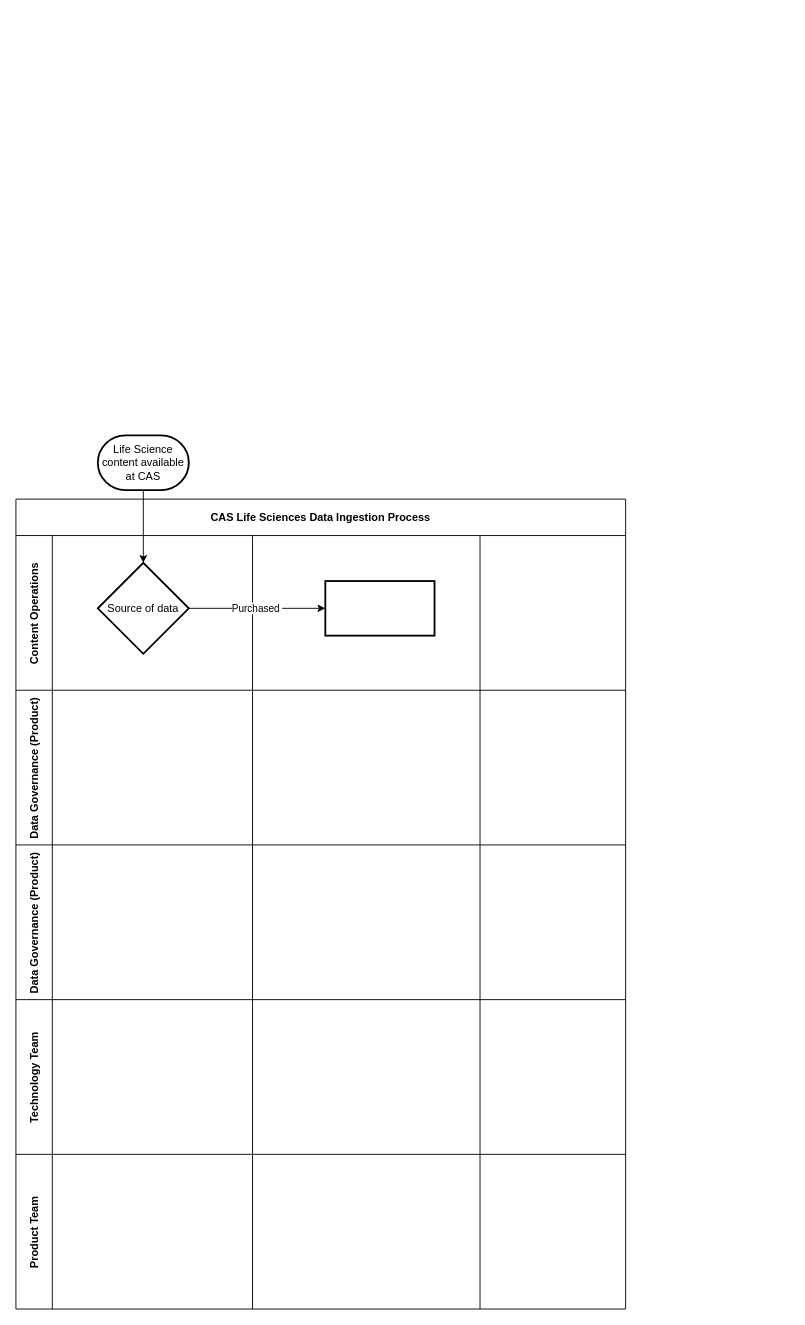
Above: Untitled Diagram.drawio in nilesh-tawari/smartpv_dist (draw.io), before the change. Source tidied: cells renumbered, new cells numbered last; positions are measured from the earlier drawing's top-left corner, leaving out a move shared by most shapes. Both pictures are drawn from the tidied source at 91%, with x=0, y=0 at pixel (15, 435).
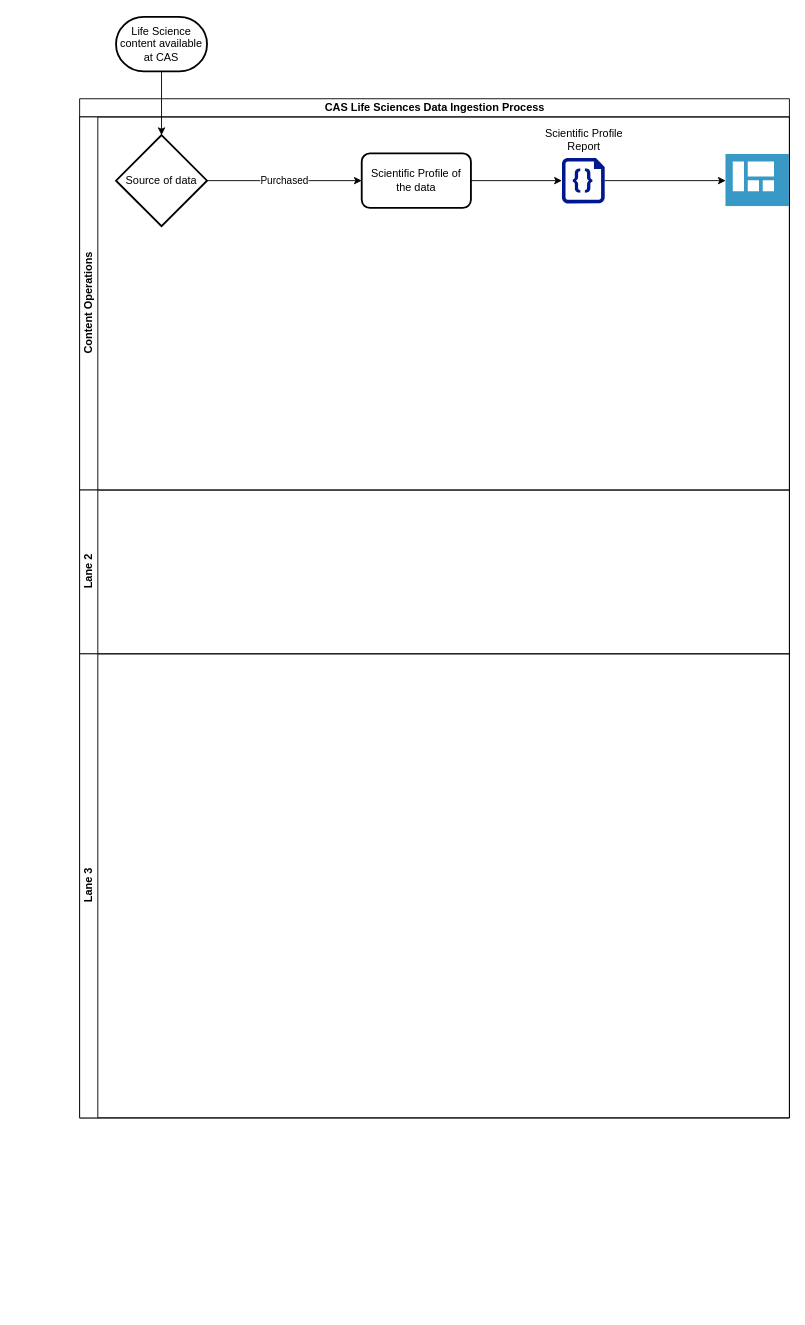
The same page after the edit.

Change to the diagram source:
```diff
@@
-    <mxCell id="2" value="CAS Life Sciences Data Ingestion Process" style="shape=table;childLayout=tableLayout;startSize=40;fillColor=none;fontStyle=1;" parent="1" vertex="1">
-      <mxGeometry y="70" width="670" height="890" as="geometry" />
+    <mxCell id="2" value="CAS Life Sciences Data Ingestion Process" style="swimlane;horizontal=1;startSize=20;html=1;" parent="1" vertex="1">
+      <mxGeometry x="70" y="-370" width="780" height="1120" as="geometry" />
     </mxCell>
-    <mxCell id="3" value="Content Operations" style="shape=tableRow;horizontal=0;swimlaneHead=0;swimlaneBody=0;top=0;left=0;bottom=0;right=0;fillColor=none;startSize=40;fontStyle=1;swimlaneLine=1;" parent="2" vertex="1">
-      <mxGeometry y="40" width="670" height="170" as="geometry" />
+    <mxCell id="3" value="Content Operations" style="swimlane;startSize=20;horizontal=0;html=1;" parent="2" vertex="1">
+      <mxGeometry y="20" width="780" height="410" as="geometry" />
     </mxCell>
-    <mxCell id="4" style="swimlane;swimlaneHead=0;swimlaneBody=0;fillColor=none;startSize=0;fontStyle=1;" parent="3" vertex="1">
-      <mxGeometry x="40" width="220" height="170" as="geometry" />
-    </mxCell>
-    <mxCell id="5" style="swimlane;swimlaneHead=0;swimlaneBody=0;fillColor=none;startSize=0;fontStyle=1;strokeColor=default;swimlaneLine=0;" parent="3" vertex="1">
-      <mxGeometry x="260" width="250" height="170" as="geometry" />
-    </mxCell>
-    <mxCell id="6" style="whiteSpace=wrap;html=1;strokeWidth=2;" parent="5" vertex="1">
-      <mxGeometry x="80" y="50" width="120" height="60" as="geometry" />
-    </mxCell>
-    <mxCell id="7" style="swimlane;swimlaneHead=0;swimlaneBody=0;fillColor=none;startSize=0;fontStyle=1;" parent="3" vertex="1">
-      <mxGeometry x="510" width="160" height="170" as="geometry" />
-    </mxCell>
-    <mxCell id="8" value="Data Governance (Product)" style="shape=tableRow;horizontal=0;swimlaneHead=0;swimlaneBody=0;top=0;left=0;bottom=0;right=0;fillColor=none;startSize=40;fontStyle=1;" parent="2" vertex="1">
-      <mxGeometry y="210" width="670" height="170" as="geometry" />
-    </mxCell>
-    <mxCell id="9" style="swimlane;swimlaneHead=0;swimlaneBody=0;fillColor=none;startSize=0;fontStyle=1;" parent="8" vertex="1">
-      <mxGeometry x="40" width="220" height="170" as="geometry" />
-    </mxCell>
-    <mxCell id="10" style="swimlane;swimlaneHead=0;swimlaneBody=0;fillColor=none;startSize=0;fontStyle=1;swimlaneLine=0;" parent="8" vertex="1">
-      <mxGeometry x="260" width="250" height="170" as="geometry" />
-    </mxCell>
-    <mxCell id="11" style="swimlane;swimlaneHead=0;swimlaneBody=0;fillColor=none;startSize=0;fontStyle=1;" parent="8" vertex="1">
-      <mxGeometry x="510" width="160" height="170" as="geometry" />
-    </mxCell>
-    <mxCell id="12" value="Data Governance (Product)" style="shape=tableRow;horizontal=0;swimlaneHead=0;swimlaneBody=0;top=0;left=0;bottom=0;right=0;fillColor=none;startSize=40;fontStyle=1;" parent="2" vertex="1">
-      <mxGeometry y="380" width="670" height="170" as="geometry" />
-    </mxCell>
-    <mxCell id="13" style="swimlane;swimlaneHead=0;swimlaneBody=0;fillColor=none;startSize=0;fontStyle=1;" parent="12" vertex="1">
-      <mxGeometry x="40" width="220" height="170" as="geometry" />
-    </mxCell>
-    <mxCell id="14" style="swimlane;swimlaneHead=0;swimlaneBody=0;fillColor=none;startSize=0;fontStyle=1;swimlaneLine=0;" parent="12" vertex="1">
-      <mxGeometry x="260" width="250" height="170" as="geometry" />
-    </mxCell>
-    <mxCell id="15" style="swimlane;swimlaneHead=0;swimlaneBody=0;fillColor=none;startSize=0;fontStyle=1;" parent="12" vertex="1">
-      <mxGeometry x="510" width="160" height="170" as="geometry" />
-    </mxCell>
-    <mxCell id="16" value="Technology Team" style="shape=tableRow;horizontal=0;swimlaneHead=0;swimlaneBody=0;top=0;left=0;bottom=0;right=0;fillColor=none;startSize=40;fontStyle=1;" parent="2" vertex="1">
-      <mxGeometry y="550" width="670" height="170" as="geometry" />
-    </mxCell>
-    <mxCell id="17" style="swimlane;swimlaneHead=0;swimlaneBody=0;fillColor=none;startSize=0;fontStyle=1;" parent="16" vertex="1">
-      <mxGeometry x="40" width="220" height="170" as="geometry" />
-    </mxCell>
-    <mxCell id="18" style="swimlane;swimlaneHead=0;swimlaneBody=0;fillColor=none;startSize=0;fontStyle=1;swimlaneLine=0;" parent="16" vertex="1">
-      <mxGeometry x="260" width="250" height="170" as="geometry" />
-    </mxCell>
-    <mxCell id="19" style="swimlane;swimlaneHead=0;swimlaneBody=0;fillColor=none;startSize=0;fontStyle=1;" parent="16" vertex="1">
-      <mxGeometry x="510" width="160" height="170" as="geometry" />
-    </mxCell>
-    <mxCell id="20" value="Product Team" style="shape=tableRow;horizontal=0;swimlaneHead=0;swimlaneBody=0;top=0;left=0;bottom=0;right=0;fillColor=none;startSize=40;fontStyle=1;" parent="2" vertex="1">
-      <mxGeometry y="720" width="670" height="170" as="geometry" />
-    </mxCell>
-    <mxCell id="21" style="swimlane;swimlaneHead=0;swimlaneBody=0;fillColor=none;startSize=0;fontStyle=1;" parent="20" vertex="1">
-      <mxGeometry x="40" width="220" height="170" as="geometry" />
-    </mxCell>
-    <mxCell id="22" style="swimlane;swimlaneHead=0;swimlaneBody=0;fillColor=none;startSize=0;fontStyle=1;swimlaneLine=0;" parent="20" vertex="1">
-      <mxGeometry x="260" width="250" height="170" as="geometry" />
-    </mxCell>
-    <mxCell id="23" style="swimlane;swimlaneHead=0;swimlaneBody=0;fillColor=none;startSize=0;fontStyle=1;" parent="20" vertex="1">
-      <mxGeometry x="510" width="160" height="170" as="geometry" />
-    </mxCell>
-    <mxCell id="24" style="edgeStyle=orthogonalEdgeStyle;rounded=0;jettySize=auto;html=1;exitX=0.5;exitY=1;exitDx=0;exitDy=0;exitPerimeter=0;" parent="1" edge="1" source="25" target="27">
-      <mxGeometry relative="1" as="geometry" />
-    </mxCell>
-    <mxCell id="25" value="&lt;font style=&quot;font-size: 12px;&quot;&gt;Life Science content available at CAS&lt;/font&gt;" style="strokeWidth=2;html=1;shape=mxgraph.flowchart.terminator;whiteSpace=wrap;" parent="1" vertex="1">
-      <mxGeometry x="90" width="100" height="60" as="geometry" />
-    </mxCell>
-    <mxCell id="26" value="Purchased&amp;nbsp;" style="edgeStyle=orthogonalEdgeStyle;rounded=0;jettySize=auto;html=1;" parent="1" edge="1" source="27" target="6">
+    <mxCell id="26" value="Purchased" style="edgeStyle=orthogonalEdgeStyle;rounded=0;jettySize=auto;html=1;" parent="3" edge="1" source="27" target="29">
       <mxGeometry relative="1" as="geometry" />
     </mxCell>
-    <mxCell id="27" value="Source of data" style="strokeWidth=2;html=1;shape=mxgraph.flowchart.decision;whiteSpace=wrap;" parent="1" vertex="1">
-      <mxGeometry x="90" y="140" width="100" height="100" as="geometry" />
+    <mxCell id="27" value="Source of data" style="strokeWidth=2;html=1;shape=mxgraph.flowchart.decision;whiteSpace=wrap;" parent="3" vertex="1">
+      <mxGeometry x="40" y="20" width="100" height="100" as="geometry" />
     </mxCell>
+    <mxCell id="28" style="edgeStyle=orthogonalEdgeStyle;rounded=0;jettySize=auto;html=1;" parent="3" edge="1" source="29" target="31">
+      <mxGeometry relative="1" as="geometry" />
+    </mxCell>
+    <mxCell id="29" value="Scientific Profile of the data" style="rounded=1;whiteSpace=wrap;html=1;strokeWidth=2;" parent="3" vertex="1">
+      <mxGeometry x="310" y="40" width="120" height="60" as="geometry" />
+    </mxCell>
+    <mxCell id="30" style="edgeStyle=orthogonalEdgeStyle;rounded=0;jettySize=auto;html=1;" parent="3" edge="1" source="31" target="33">
+      <mxGeometry relative="1" as="geometry" />
+    </mxCell>
+    <mxCell id="31" style="sketch=0;shadow=0;dashed=0;html=1;strokeColor=none;labelPosition=center;verticalLabelPosition=bottom;verticalAlign=top;align=center;fillColor=#00188D;shape=mxgraph.azure.code_file;" parent="3" vertex="1">
+      <mxGeometry x="530" y="45" width="47" height="50" as="geometry" />
+    </mxCell>
+    <mxCell id="32" value="Scientific Profile&lt;br&gt;Report" style="text;html=1;align=center;verticalAlign=middle;strokeColor=none;fillColor=none;" parent="3" vertex="1">
+      <mxGeometry x="498.5" y="5" width="110" height="40" as="geometry" />
+    </mxCell>
+    <mxCell id="33" style="image;sketch=0;html=1;points=[];align=center;fontSize=12;image=img/lib/mscae/Shared_Dashboard.svg;" parent="3" vertex="1">
+      <mxGeometry x="710" y="41.3" width="70" height="57.4" as="geometry" />
+    </mxCell>
+    <mxCell id="34" value="Lane 2" style="swimlane;startSize=20;horizontal=0;html=1;" parent="2" vertex="1">
+      <mxGeometry y="430" width="780" height="180" as="geometry" />
+    </mxCell>
+    <mxCell id="35" value="Lane 3" style="swimlane;startSize=20;horizontal=0;html=1;" parent="2" vertex="1">
+      <mxGeometry y="610" width="780" height="510" as="geometry" />
+    </mxCell>
+    <mxCell id="25" value="&lt;font style=&quot;font-size: 12px;&quot;&gt;Life Science content available at CAS&lt;/font&gt;" style="strokeWidth=2;html=1;shape=mxgraph.flowchart.terminator;whiteSpace=wrap;" parent="1" vertex="1">
+      <mxGeometry x="110" y="-460" width="100" height="60" as="geometry" />
+    </mxCell>
+    <mxCell id="24" style="edgeStyle=orthogonalEdgeStyle;rounded=0;jettySize=auto;html=1;exitX=0.5;exitY=1;exitDx=0;exitDy=0;exitPerimeter=0;" parent="1" edge="1" source="25" target="27">
+      <mxGeometry relative="1" as="geometry" />
+    </mxCell>
```
